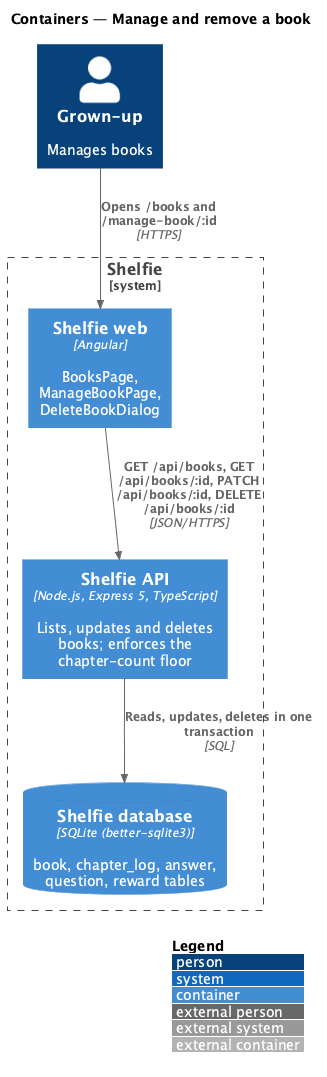
Above: docs/detailed-designs/books/manage-book/diagrams/c4-container.png in QuinntyneBrown/shelfie (PlantUML), before the change.
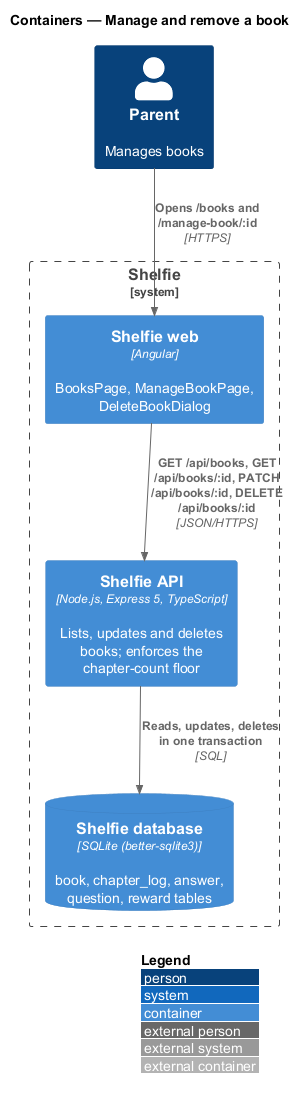
Above is the later version.

The edit, as a diff of the source:
```diff
@@ -3,7 +3,7 @@
 LAYOUT_WITH_LEGEND()
 title Containers — Manage and remove a book
 
-Person(grownUp, "Grown-up", "Manages books")
+Person(grownUp, "Parent", "Manages books")
 System_Boundary(shelfie, "Shelfie") {
   Container(web, "Shelfie web", "Angular", "BooksPage, ManageBookPage, DeleteBookDialog")
   Container(api, "Shelfie API", "Node.js, Express 5, TypeScript", "Lists, updates and deletes books; enforces the chapter-count floor")
```
